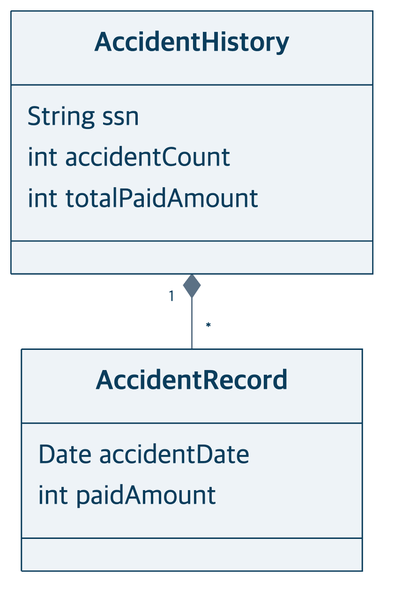
Before: docs/presentation/diagrams/clusters/accident-design.png, a diagram exported from Mermaid (heyoonyoon/distributed-programming). Its source is kept beside it as docs/presentation/diagrams/clusters/accident-design.mmd.
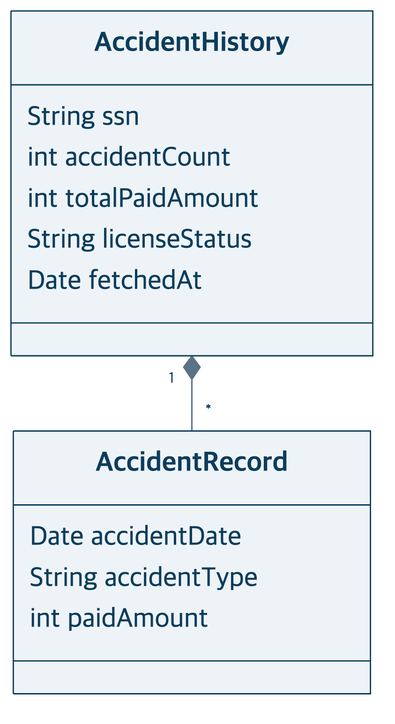
Later version of the same file.

The edit, as a diff of the source:
```diff
@@ -4,9 +4,12 @@
   String ssn
   int accidentCount
   int totalPaidAmount
+  String licenseStatus
+  Date fetchedAt
 }
 class AccidentRecord {
   Date accidentDate
+  String accidentType
   int paidAmount
 }
 AccidentHistory "1" *-- "*" AccidentRecord
```
